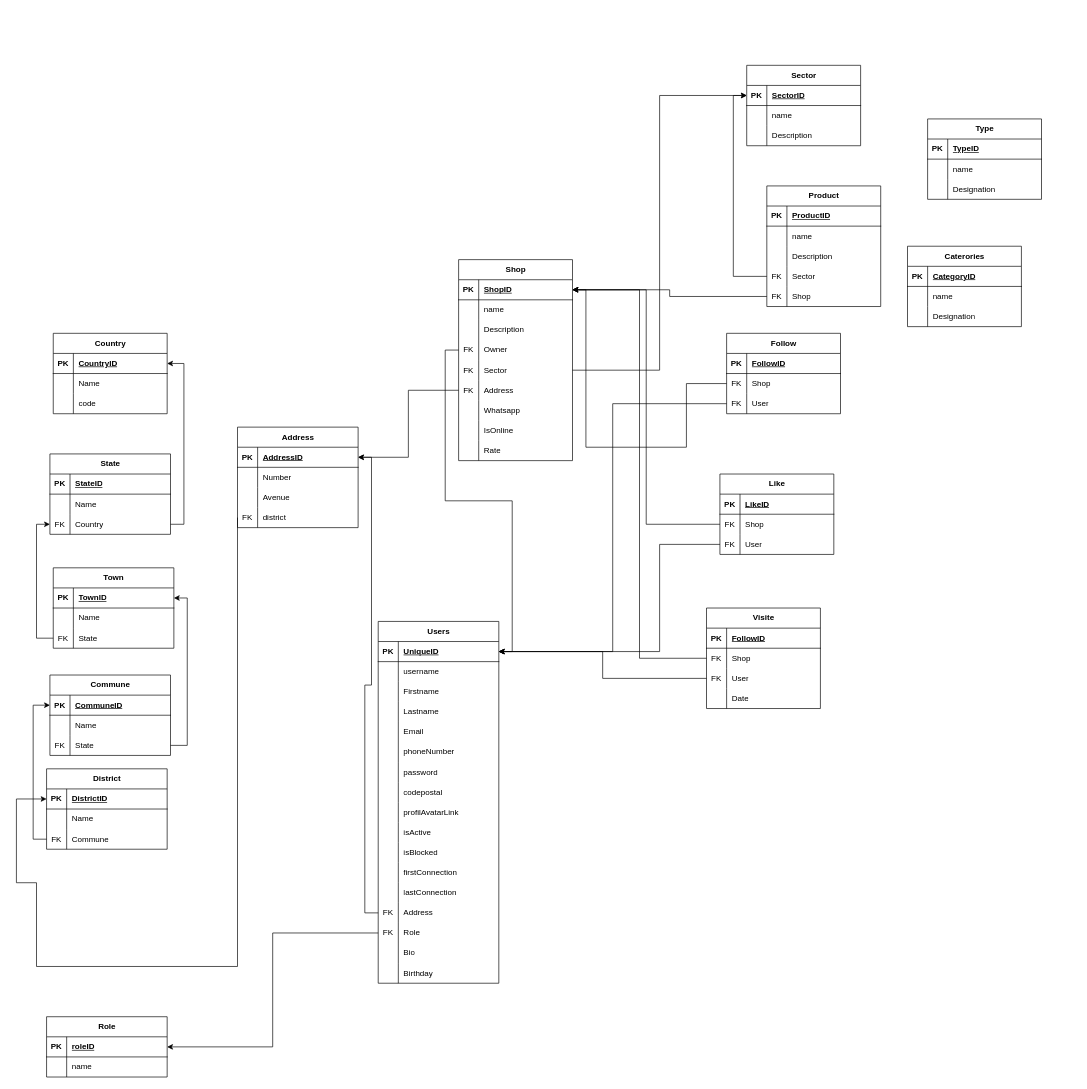
This is Tekango.drawio from internalTekango/3.0.tekango.template, a draw.io file, before an edit. Source tidied: cells renumbered, new cells numbered last; positions are measured from the earlier drawing's top-left corner, leaving out a move shared by most shapes. Both pictures are drawn from the tidied source at 67%, with x=0, y=0 at pixel (16, 65).
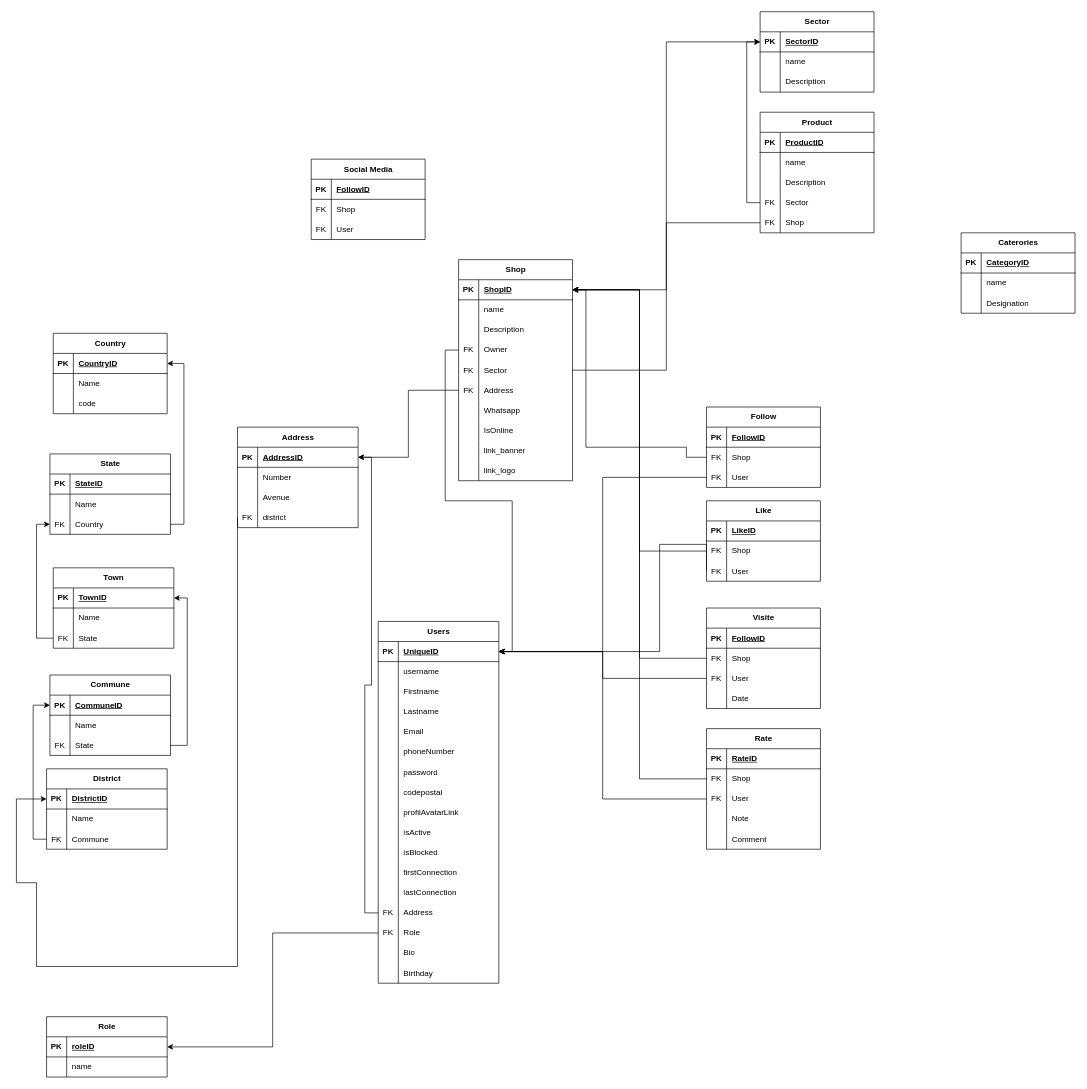
After the change.

Commit message:
Mettre à jour Tekango.drawio

The change refers to these unchanged cells:
```xml
<mxCell id="3" style="shape=tableRow;horizontal=0;startSize=0;swimlaneHead=0;swimlaneBody=0;fillColor=none;points=[[0,0.5],[1,0.5]];portConstraint=eastwest;top=0;left=0;right=0;bottom=1;" parent="2" vertex="1">
  <mxGeometry y="30" width="180" height="30" as="geometry" />
</mxCell>
<mxCell id="179" style="shape=tableRow;horizontal=0;startSize=0;swimlaneHead=0;swimlaneBody=0;fillColor=none;points=[[0,0.5],[1,0.5]];portConstraint=eastwest;top=0;left=0;right=0;bottom=1;" parent="178" vertex="1">
  <mxGeometry y="30" width="170" height="30" as="geometry" />
</mxCell>
<mxCell id="203" style="shape=tableRow;horizontal=0;startSize=0;swimlaneHead=0;swimlaneBody=0;fillColor=none;top=0;left=0;right=0;bottom=0;" parent="178" vertex="1">
  <mxGeometry y="270" width="170" height="30" as="geometry" />
</mxCell>
```

The edit, as a diff of the source:
```diff
@@
     <mxCell id="120" value="Sector" style="shape=table;startSize=30;childLayout=tableLayout;rowLines=0;fontStyle=1;align=center;html=1;" parent="1" vertex="1">
-      <mxGeometry x="1090" width="170" height="120" as="geometry" />
+      <mxGeometry x="1110" y="-80" width="170" height="120" as="geometry" />
     </mxCell>
@@
     <mxCell id="130" value="Caterories" style="shape=table;startSize=30;childLayout=tableLayout;rowLines=0;fontStyle=1;align=center;html=1;" parent="1" vertex="1">
-      <mxGeometry x="1330" y="270" width="170" height="120" as="geometry" />
+      <mxGeometry x="1410" y="250" width="170" height="120" as="geometry" />
     </mxCell>
@@
-    <mxCell id="140" value="Type" style="shape=table;startSize=30;childLayout=tableLayout;rowLines=0;fontStyle=1;align=center;html=1;" parent="1" vertex="1">
-      <mxGeometry x="1360" y="80" width="170" height="120" as="geometry" />
-    </mxCell>
-    <mxCell id="141" style="shape=tableRow;horizontal=0;startSize=0;swimlaneHead=0;swimlaneBody=0;fillColor=none;top=0;left=0;right=0;bottom=1;" parent="140" vertex="1">
-      <mxGeometry y="30" width="170" height="30" as="geometry" />
-    </mxCell>
-    <mxCell id="142" value="PK" style="shape=partialRectangle;fillColor=none;top=0;left=0;bottom=0;right=0;fontStyle=1;overflow=hidden;whiteSpace=wrap;html=1;" parent="141" vertex="1">
-      <mxGeometry width="30" height="30" as="geometry" />
-    </mxCell>
-    <mxCell id="143" value="TypeID" style="shape=partialRectangle;fillColor=none;top=0;left=0;bottom=0;right=0;align=left;spacingLeft=6;fontStyle=5;overflow=hidden;whiteSpace=wrap;html=1;" parent="141" vertex="1">
-      <mxGeometry x="30" width="140" height="30" as="geometry" />
-    </mxCell>
-    <mxCell id="144" style="shape=tableRow;horizontal=0;startSize=0;swimlaneHead=0;swimlaneBody=0;fillColor=none;top=0;left=0;right=0;bottom=0;" parent="140" vertex="1">
-      <mxGeometry y="60" width="170" height="30" as="geometry" />
-    </mxCell>
-    <mxCell id="145" style="shape=partialRectangle;fillColor=none;top=0;left=0;bottom=0;right=0;overflow=hidden;whiteSpace=wrap;html=1;" parent="144" vertex="1">
-      <mxGeometry width="30" height="30" as="geometry" />
-    </mxCell>
-    <mxCell id="146" value="name" style="shape=partialRectangle;fillColor=none;top=0;left=0;bottom=0;right=0;align=left;spacingLeft=6;overflow=hidden;whiteSpace=wrap;html=1;" parent="144" vertex="1">
-      <mxGeometry x="30" width="140" height="30" as="geometry" />
-    </mxCell>
-    <mxCell id="147" style="shape=tableRow;horizontal=0;startSize=0;swimlaneHead=0;swimlaneBody=0;fillColor=none;top=0;left=0;right=0;bottom=0;" parent="140" vertex="1">
-      <mxGeometry y="90" width="170" height="30" as="geometry" />
-    </mxCell>
-    <mxCell id="148" style="shape=partialRectangle;fillColor=none;top=0;left=0;bottom=0;right=0;overflow=hidden;whiteSpace=wrap;html=1;" parent="147" vertex="1">
-      <mxGeometry width="30" height="30" as="geometry" />
-    </mxCell>
-    <mxCell id="149" value="Designation" style="shape=partialRectangle;fillColor=none;top=0;left=0;bottom=0;right=0;align=left;spacingLeft=6;overflow=hidden;whiteSpace=wrap;html=1;" parent="147" vertex="1">
-      <mxGeometry x="30" width="140" height="30" as="geometry" />
-    </mxCell>
     <mxCell id="150" value="Product" style="shape=table;startSize=30;childLayout=tableLayout;rowLines=0;fontStyle=1;align=center;html=1;" parent="1" vertex="1">
-      <mxGeometry x="1120" y="180" width="170" height="180" as="geometry" />
+      <mxGeometry x="1110" y="70" width="170" height="180" as="geometry" />
     </mxCell>
@@
     <mxCell id="178" value="Shop" style="shape=table;startSize=30;childLayout=tableLayout;rowLines=0;fontStyle=1;align=center;html=1;" parent="1" vertex="1">
-      <mxGeometry x="660" y="290" width="170" height="300" as="geometry" />
+      <mxGeometry x="660" y="290" width="170" height="330" as="geometry" />
     </mxCell>
@@
-    <mxCell id="204" style="shape=partialRectangle;fillColor=none;top=0;left=0;bottom=0;right=0;overflow=hidden;whiteSpace=wrap;html=1;" parent="203" vertex="1">
-      <mxGeometry width="30" height="30" as="geometry" />
-    </mxCell>
-    <mxCell id="205" value="Rate" style="shape=partialRectangle;fillColor=none;top=0;left=0;bottom=0;right=0;align=left;spacingLeft=6;overflow=hidden;whiteSpace=wrap;html=1;" parent="203" vertex="1">
-      <mxGeometry x="30" width="140" height="30" as="geometry" />
-    </mxCell>
+    <mxCell id="249" style="shape=partialRectangle;fillColor=none;top=0;left=0;bottom=0;right=0;overflow=hidden;whiteSpace=wrap;html=1;" parent="203" vertex="1">
+      <mxGeometry width="30" height="30" as="geometry" />
+    </mxCell>
+    <mxCell id="250" value="link_banner" style="shape=partialRectangle;fillColor=none;top=0;left=0;bottom=0;right=0;align=left;spacingLeft=6;overflow=hidden;whiteSpace=wrap;html=1;" parent="203" vertex="1">
+      <mxGeometry x="30" width="140" height="30" as="geometry" />
+    </mxCell>
+    <mxCell id="251" style="shape=tableRow;horizontal=0;startSize=0;swimlaneHead=0;swimlaneBody=0;fillColor=none;top=0;left=0;right=0;bottom=0;" parent="178" vertex="1">
+      <mxGeometry y="300" width="170" height="30" as="geometry" />
+    </mxCell>
+    <mxCell id="252" style="shape=partialRectangle;fillColor=none;top=0;left=0;bottom=0;right=0;overflow=hidden;whiteSpace=wrap;html=1;" parent="251" vertex="1">
+      <mxGeometry width="30" height="30" as="geometry" />
+    </mxCell>
+    <mxCell id="253" value="link_logo" style="shape=partialRectangle;fillColor=none;top=0;left=0;bottom=0;right=0;align=left;spacingLeft=6;overflow=hidden;whiteSpace=wrap;html=1;" parent="251" vertex="1">
+      <mxGeometry x="30" width="140" height="30" as="geometry" />
+    </mxCell>
@@
     <mxCell id="210" value="Follow" style="shape=table;startSize=30;childLayout=tableLayout;rowLines=0;fontStyle=1;align=center;html=1;" parent="1" vertex="1">
-      <mxGeometry x="1060" y="400" width="170" height="120" as="geometry" />
+      <mxGeometry x="1030" y="510" width="170" height="120" as="geometry" />
     </mxCell>
@@
     <mxCell id="222" value="Like" style="shape=table;startSize=30;childLayout=tableLayout;rowLines=0;fontStyle=1;align=center;html=1;" parent="1" vertex="1">
-      <mxGeometry x="1050" y="610" width="170" height="120" as="geometry" />
+      <mxGeometry x="1030" y="650" width="170" height="120" as="geometry" />
     </mxCell>
@@
+    <mxCell id="254" value="Social Media" style="shape=table;startSize=30;childLayout=tableLayout;rowLines=0;fontStyle=1;align=center;html=1;" parent="1" vertex="1">
+      <mxGeometry x="440" y="140" width="170" height="120" as="geometry" />
+    </mxCell>
+    <mxCell id="255" style="shape=tableRow;horizontal=0;startSize=0;swimlaneHead=0;swimlaneBody=0;fillColor=none;top=0;left=0;right=0;bottom=1;" parent="254" vertex="1">
+      <mxGeometry y="30" width="170" height="30" as="geometry" />
+    </mxCell>
+    <mxCell id="256" value="PK" style="shape=partialRectangle;fillColor=none;top=0;left=0;bottom=0;right=0;fontStyle=1;overflow=hidden;whiteSpace=wrap;html=1;" parent="255" vertex="1">
+      <mxGeometry width="30" height="30" as="geometry" />
+    </mxCell>
+    <mxCell id="257" value="FollowID" style="shape=partialRectangle;fillColor=none;top=0;left=0;bottom=0;right=0;align=left;spacingLeft=6;fontStyle=5;overflow=hidden;whiteSpace=wrap;html=1;" parent="255" vertex="1">
+      <mxGeometry x="30" width="140" height="30" as="geometry" />
+    </mxCell>
+    <mxCell id="258" style="shape=tableRow;horizontal=0;startSize=0;swimlaneHead=0;swimlaneBody=0;fillColor=none;top=0;left=0;right=0;bottom=0;" parent="254" vertex="1">
+      <mxGeometry y="60" width="170" height="30" as="geometry" />
+    </mxCell>
+    <mxCell id="259" value="FK" style="shape=partialRectangle;fillColor=none;top=0;left=0;bottom=0;right=0;overflow=hidden;whiteSpace=wrap;html=1;" parent="258" vertex="1">
+      <mxGeometry width="30" height="30" as="geometry" />
+    </mxCell>
+    <mxCell id="260" value="Shop" style="shape=partialRectangle;fillColor=none;top=0;left=0;bottom=0;right=0;align=left;spacingLeft=6;overflow=hidden;whiteSpace=wrap;html=1;" parent="258" vertex="1">
+      <mxGeometry x="30" width="140" height="30" as="geometry" />
+    </mxCell>
+    <mxCell id="261" style="shape=tableRow;horizontal=0;startSize=0;swimlaneHead=0;swimlaneBody=0;fillColor=none;top=0;left=0;right=0;bottom=0;" parent="254" vertex="1">
+      <mxGeometry y="90" width="170" height="30" as="geometry" />
+    </mxCell>
+    <mxCell id="262" value="FK" style="shape=partialRectangle;fillColor=none;top=0;left=0;bottom=0;right=0;overflow=hidden;whiteSpace=wrap;html=1;" parent="261" vertex="1">
+      <mxGeometry width="30" height="30" as="geometry" />
+    </mxCell>
+    <mxCell id="263" value="User" style="shape=partialRectangle;fillColor=none;top=0;left=0;bottom=0;right=0;align=left;spacingLeft=6;overflow=hidden;whiteSpace=wrap;html=1;" parent="261" vertex="1">
+      <mxGeometry x="30" width="140" height="30" as="geometry" />
+    </mxCell>
+    <mxCell id="205" value="Rate" style="shape=table;startSize=30;childLayout=tableLayout;rowLines=0;fontStyle=1;align=center;html=1;" parent="1" vertex="1">
+      <mxGeometry x="1030" y="990" width="170" height="180" as="geometry" />
+    </mxCell>
+    <mxCell id="264" style="shape=tableRow;horizontal=0;startSize=0;swimlaneHead=0;swimlaneBody=0;fillColor=none;top=0;left=0;right=0;bottom=1;" parent="205" vertex="1">
+      <mxGeometry y="30" width="170" height="30" as="geometry" />
+    </mxCell>
+    <mxCell id="265" value="PK" style="shape=partialRectangle;fillColor=none;top=0;left=0;bottom=0;right=0;fontStyle=1;overflow=hidden;whiteSpace=wrap;html=1;" parent="264" vertex="1">
+      <mxGeometry width="30" height="30" as="geometry" />
+    </mxCell>
+    <mxCell id="266" value="RateID" style="shape=partialRectangle;fillColor=none;top=0;left=0;bottom=0;right=0;align=left;spacingLeft=6;fontStyle=5;overflow=hidden;whiteSpace=wrap;html=1;" parent="264" vertex="1">
+      <mxGeometry x="30" width="140" height="30" as="geometry" />
+    </mxCell>
+    <mxCell id="267" style="shape=tableRow;horizontal=0;startSize=0;swimlaneHead=0;swimlaneBody=0;fillColor=none;points=[[0,0.5],[1,0.5]];portConstraint=eastwest;top=0;left=0;right=0;bottom=0;" parent="205" vertex="1">
+      <mxGeometry y="60" width="170" height="30" as="geometry" />
+    </mxCell>
+    <mxCell id="268" value="FK" style="shape=partialRectangle;fillColor=none;top=0;left=0;bottom=0;right=0;overflow=hidden;whiteSpace=wrap;html=1;" parent="267" vertex="1">
+      <mxGeometry width="30" height="30" as="geometry" />
+    </mxCell>
+    <mxCell id="269" value="Shop" style="shape=partialRectangle;fillColor=none;top=0;left=0;bottom=0;right=0;align=left;spacingLeft=6;overflow=hidden;whiteSpace=wrap;html=1;" parent="267" vertex="1">
+      <mxGeometry x="30" width="140" height="30" as="geometry" />
+    </mxCell>
+    <mxCell id="270" style="shape=tableRow;horizontal=0;startSize=0;swimlaneHead=0;swimlaneBody=0;fillColor=none;points=[[0,0.5],[1,0.5]];portConstraint=eastwest;top=0;left=0;right=0;bottom=0;" parent="205" vertex="1">
+      <mxGeometry y="90" width="170" height="30" as="geometry" />
+    </mxCell>
+    <mxCell id="271" value="FK" style="shape=partialRectangle;fillColor=none;top=0;left=0;bottom=0;right=0;overflow=hidden;whiteSpace=wrap;html=1;" parent="270" vertex="1">
+      <mxGeometry width="30" height="30" as="geometry" />
+    </mxCell>
+    <mxCell id="272" value="User" style="shape=partialRectangle;fillColor=none;top=0;left=0;bottom=0;right=0;align=left;spacingLeft=6;overflow=hidden;whiteSpace=wrap;html=1;" parent="270" vertex="1">
+      <mxGeometry x="30" width="140" height="30" as="geometry" />
+    </mxCell>
+    <mxCell id="273" style="shape=tableRow;horizontal=0;startSize=0;swimlaneHead=0;swimlaneBody=0;fillColor=none;top=0;left=0;right=0;bottom=0;" parent="205" vertex="1">
+      <mxGeometry y="120" width="170" height="30" as="geometry" />
+    </mxCell>
+    <mxCell id="274" style="shape=partialRectangle;fillColor=none;top=0;left=0;bottom=0;right=0;overflow=hidden;whiteSpace=wrap;html=1;" parent="273" vertex="1">
+      <mxGeometry width="30" height="30" as="geometry" />
+    </mxCell>
+    <mxCell id="275" value="Note" style="shape=partialRectangle;fillColor=none;top=0;left=0;bottom=0;right=0;align=left;spacingLeft=6;overflow=hidden;whiteSpace=wrap;html=1;" parent="273" vertex="1">
+      <mxGeometry x="30" width="140" height="30" as="geometry" />
+    </mxCell>
+    <mxCell id="276" style="shape=tableRow;horizontal=0;startSize=0;swimlaneHead=0;swimlaneBody=0;fillColor=none;top=0;left=0;right=0;bottom=0;" parent="205" vertex="1">
+      <mxGeometry y="150" width="170" height="30" as="geometry" />
+    </mxCell>
+    <mxCell id="277" style="shape=partialRectangle;fillColor=none;top=0;left=0;bottom=0;right=0;overflow=hidden;whiteSpace=wrap;html=1;" parent="276" vertex="1">
+      <mxGeometry width="30" height="30" as="geometry" />
+    </mxCell>
+    <mxCell id="278" value="Comment" style="shape=partialRectangle;fillColor=none;top=0;left=0;bottom=0;right=0;align=left;spacingLeft=6;overflow=hidden;whiteSpace=wrap;html=1;" parent="276" vertex="1">
+      <mxGeometry x="30" width="140" height="30" as="geometry" />
+    </mxCell>
+    <mxCell id="279" style="edgeStyle=orthogonalEdgeStyle;rounded=0;jettySize=auto;html=1;exitX=0;exitY=0.5;exitDx=0;exitDy=0;entryX=1;entryY=0.5;entryDx=0;entryDy=0;" parent="1" edge="1" source="267" target="179">
+      <mxGeometry relative="1" as="geometry" />
+    </mxCell>
+    <mxCell id="280" style="edgeStyle=orthogonalEdgeStyle;rounded=0;jettySize=auto;html=1;exitX=0;exitY=0.5;exitDx=0;exitDy=0;entryX=1;entryY=0.5;entryDx=0;entryDy=0;" parent="1" edge="1" source="270" target="3">
+      <mxGeometry relative="1" as="geometry" />
+    </mxCell>
```
